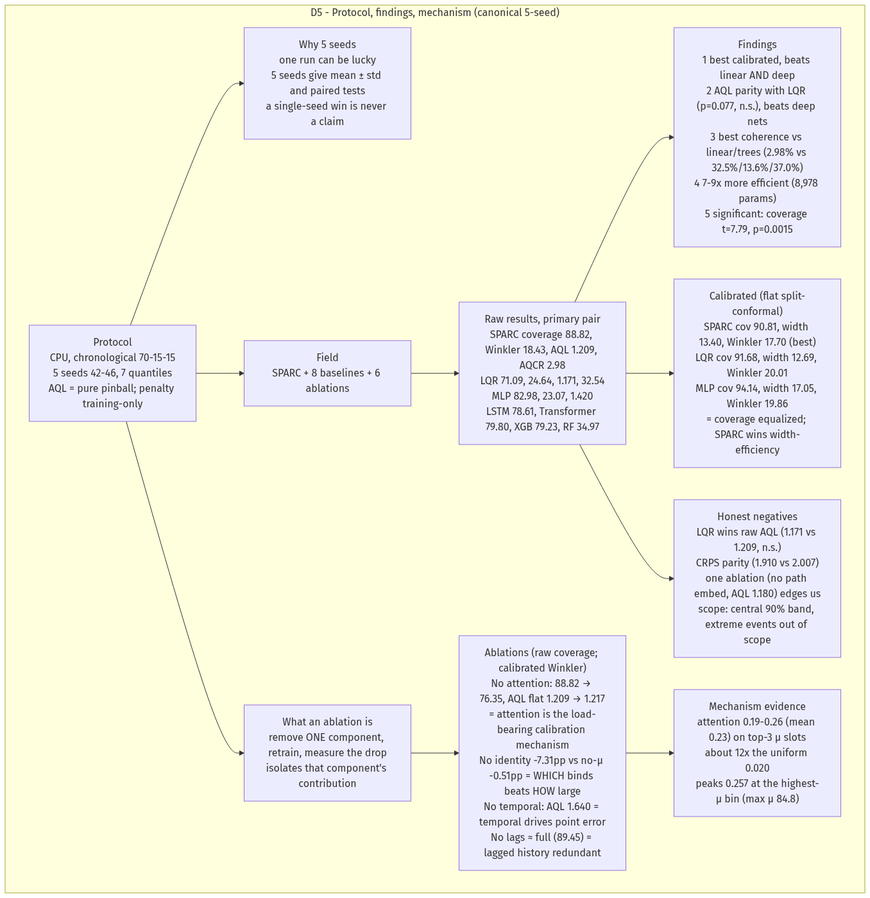
Earlier version of the Mermaid export docs/explanation/07-sparc-full-06-G_D5.png (L1ZLe/ercot-casp-paper). Its source is kept beside it as docs/explanation/07-sparc-full-06-G_D5.mmd.
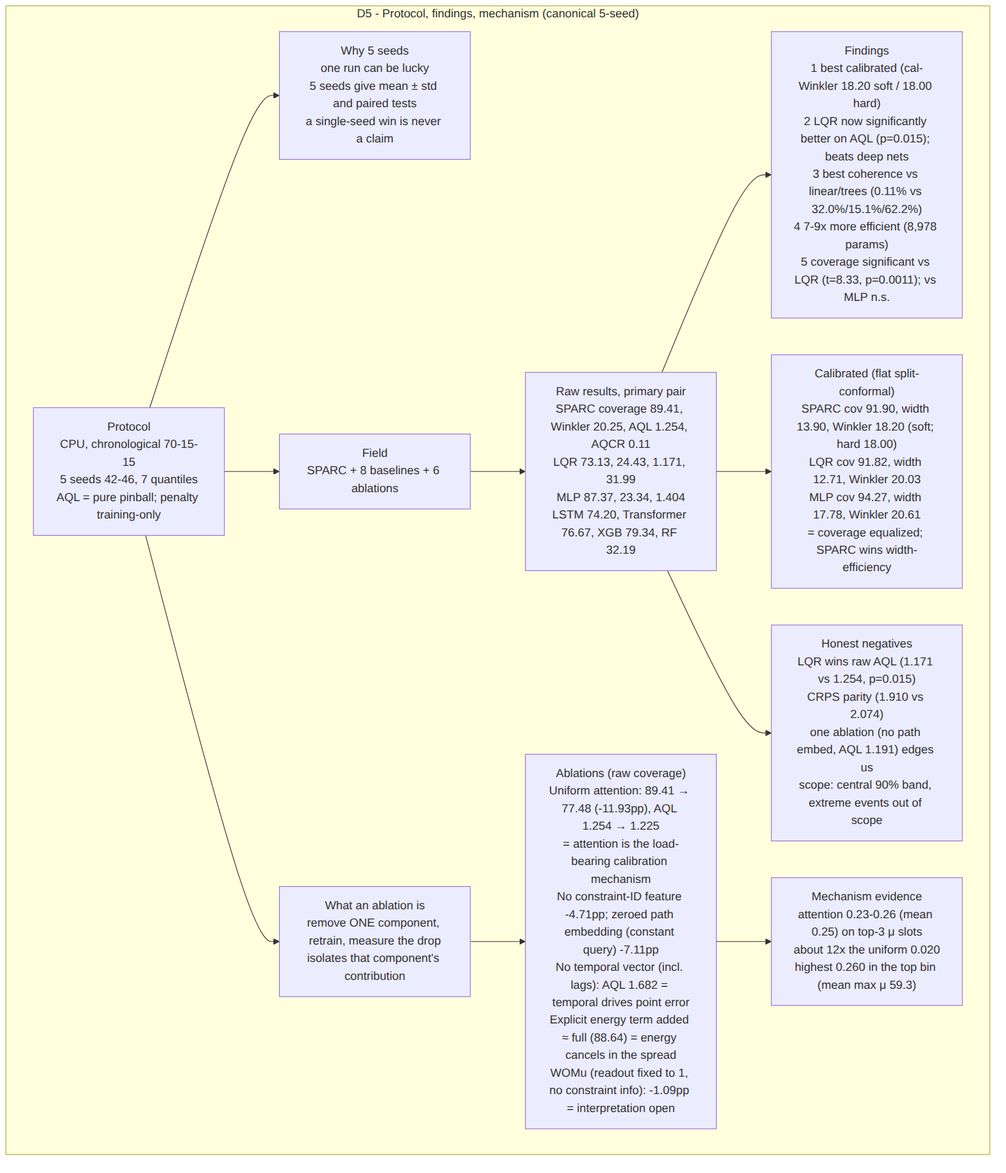
The same diagram one commit later.

Change to the diagram source:
```diff
@@ -7,6 +7,6 @@
     RESULTS --> WINS["Findings<br/>1 best calibrated (cal-Winkler 18.20 soft / 18.00 hard)<br/>2 LQR now significantly better on AQL (p=0.015); beats deep nets<br/>3 best coherence vs linear/trees (0.11% vs 32.0%/15.1%/62.2%)<br/>4 7-9x more efficient (8,978 params)<br/>5 coverage significant vs LQR (t=8.33, p=0.0011); vs MLP n.s."]
     RESULTS --> CAL["Calibrated (flat split-conformal)<br/>SPARC cov 91.90, width 13.90, Winkler 18.20 (soft; hard 18.00)<br/>LQR cov 91.82, width 12.71, Winkler 20.03<br/>MLP cov 94.27, width 17.78, Winkler 20.61<br/>= coverage equalized; SPARC wins width-efficiency"]
     RESULTS --> HONEST["Honest negatives<br/>LQR wins raw AQL (1.171 vs 1.254, p=0.015)<br/>CRPS parity (1.910 vs 2.074)<br/>one ablation (no path embed, AQL 1.191) edges us<br/>scope: central 90% band, extreme events out of scope"]
-    ABLWHAT --> ABLTAB["Ablations (raw coverage; calibrated Winkler)<br/>No attention: 89.41 → 77.48 (-11.93pp), AQL 1.254 → 1.225<br/>= attention is the load-bearing calibration mechanism<br/>No identity -4.71pp vs no-μ -1.09pp = WHICH binds beats HOW large<br/>No temporal: AQL 1.682 = temporal drives point error<br/>No lags ≈ full (88.64) = lagged history redundant"]
-    ABLTAB --> ATTN_D5["Mechanism evidence<br/>attention 0.23-0.26 (mean 0.25) on top-3 μ slots<br/>about 12x the uniform 0.020<br/>peaks 0.260 at the highest-μ bin (max μ 84.8)"]
+    ABLWHAT --> ABLTAB["Ablations (raw coverage)<br/>Uniform attention: 89.41 → 77.48 (-11.93pp), AQL 1.254 → 1.225<br/>= attention is the load-bearing calibration mechanism<br/>No constraint-ID feature -4.71pp; zeroed path embedding (constant query) -7.11pp<br/>No temporal vector (incl. lags): AQL 1.682 = temporal drives point error<br/>Explicit energy term added ≈ full (88.64) = energy cancels in the spread<br/>WOMu (readout fixed to 1, no constraint info): -1.09pp = interpretation open"]
+    ABLTAB --> ATTN_D5["Mechanism evidence<br/>attention 0.23-0.26 (mean 0.25) on top-3 μ slots<br/>about 12x the uniform 0.020<br/>highest 0.260 in the top bin (mean max μ 59.3)"]
   end
```
